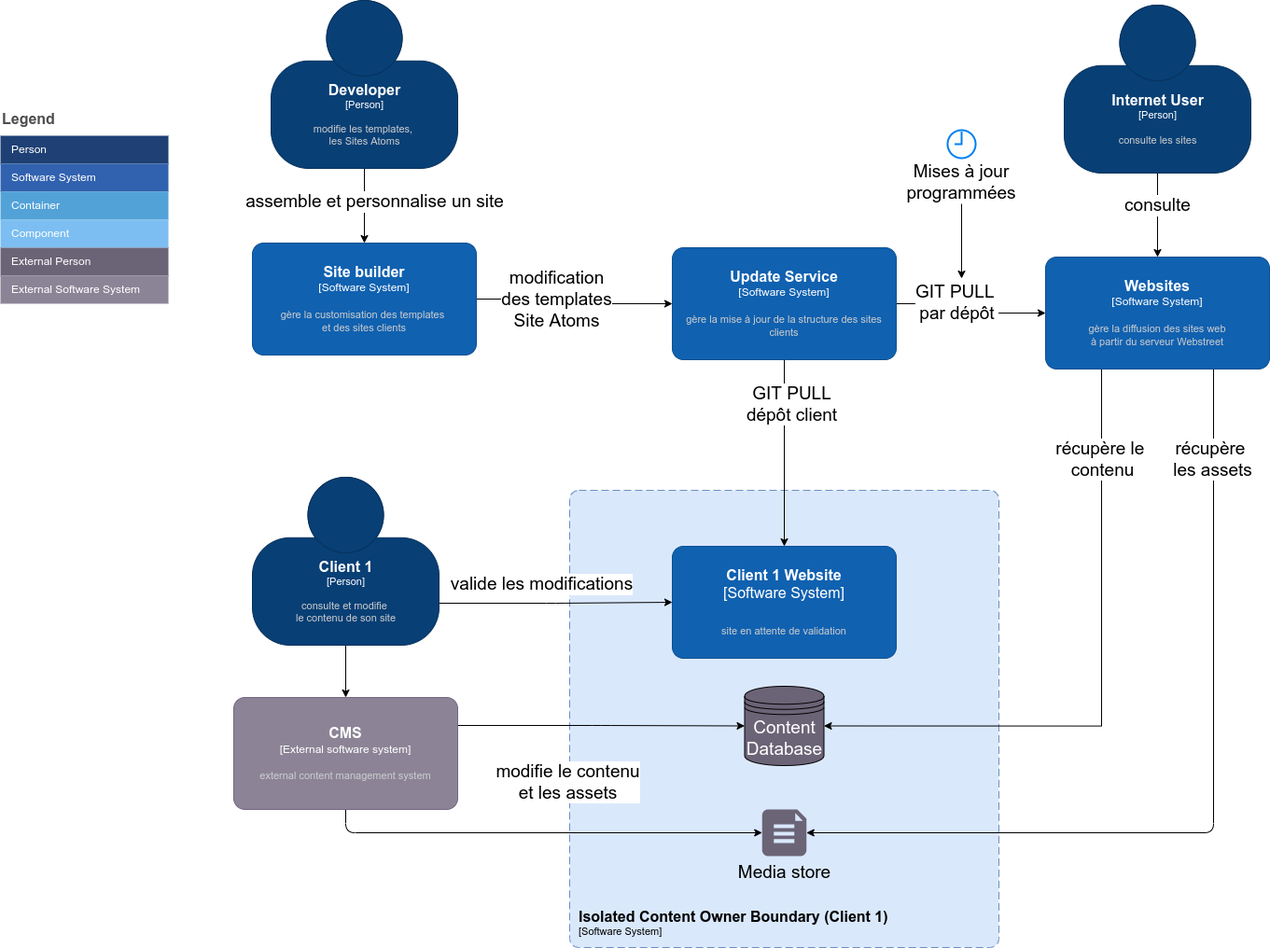
Earlier version of the draw.io export projet12/SolutionA.png (glecoq/glecoq.github.io). Source tidied: cells renumbered, new cells last; positions are measured from the earlier drawing's top-left corner, leaving out a move shared by most shapes.
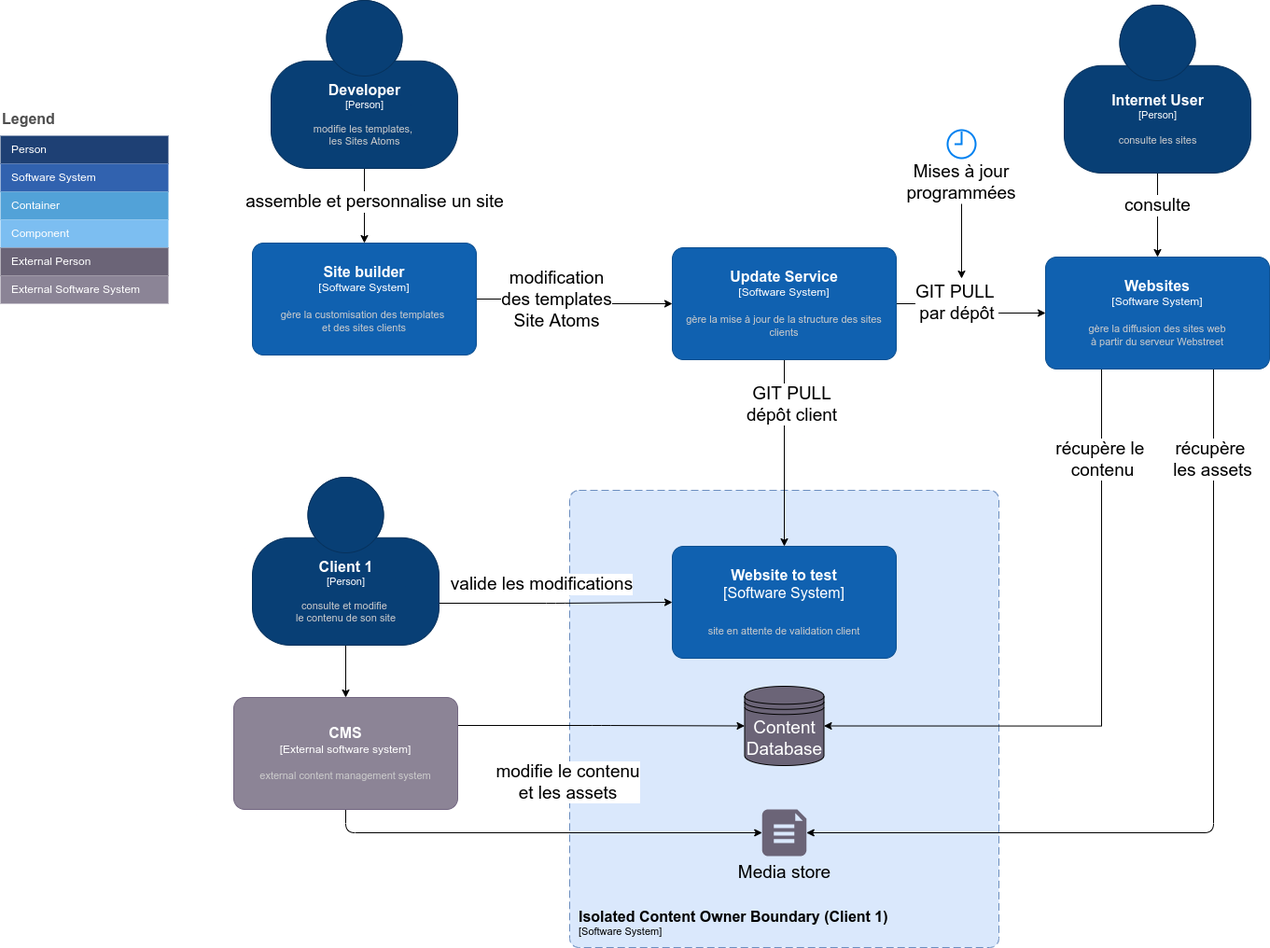
The same file after the commit.

The edit, as a diff of the source:
```diff
@@ -132,7 +132,7 @@
     <mxCell id="37" style="html=1;verticalLabelPosition=bottom;align=center;labelBackgroundColor=#ffffff;verticalAlign=top;strokeWidth=2;strokeColor=#0080F0;shadow=0;dashed=0;shape=mxgraph.ios7.icons.clock;fontSize=16;" parent="1" vertex="1">
       <mxGeometry x="1015" y="139" width="30" height="30" as="geometry" />
     </mxCell>
-    <object id="38" label="&lt;font style=&quot;font-size: 16px&quot;&gt;&lt;b&gt;%c4Name%&lt;/b&gt;&lt;/font&gt;&lt;div&gt;[%c4Type%]&lt;/div&gt;&lt;br&gt;&lt;div&gt;&lt;font style=&quot;font-size: 11px&quot;&gt;&lt;font color=&quot;#cccccc&quot;&gt;%c4Description%&lt;/font&gt;&lt;/div&gt;" c4Description="site en attente de validation" c4Name="Client 1 Website" c4Type="Software System" placeholders="1">
+    <object id="38" label="&lt;font style=&quot;font-size: 16px&quot;&gt;&lt;b&gt;%c4Name%&lt;/b&gt;&lt;/font&gt;&lt;div&gt;[%c4Type%]&lt;/div&gt;&lt;br&gt;&lt;div&gt;&lt;font style=&quot;font-size: 11px&quot;&gt;&lt;font color=&quot;#cccccc&quot;&gt;%c4Description%&lt;/font&gt;&lt;/div&gt;" c4Description="site en attente de validation client&#10;" c4Name="Website to test" c4Type="Software System" placeholders="1">
       <mxCell style="rounded=1;whiteSpace=wrap;html=1;labelBackgroundColor=none;fillColor=#1061B0;fontColor=#ffffff;align=center;arcSize=10;strokeColor=#0D5091;points=[[0.25,0,0],[0.5,0,0],[0.75,0,0],[1,0.25,0],[1,0.5,0],[1,0.75,0],[0.75,1,0],[0.5,1,0],[0.25,1,0],[0,0.75,0],[0,0.5,0],[0,0.25,0]];fontSize=16;" parent="1" vertex="1">
         <mxGeometry x="720" y="585" width="240" height="120" as="geometry" />
       </mxCell>
```
